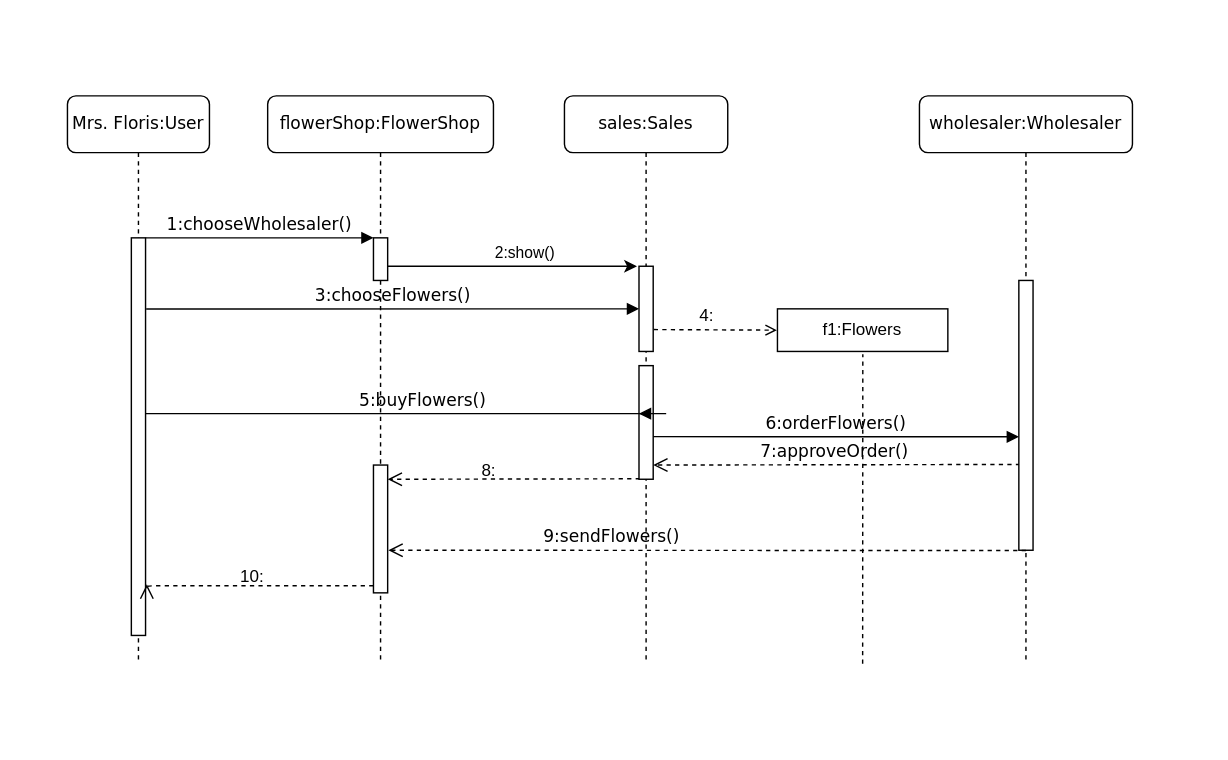
Earlier version of the draw.io diagram src/main/asciidoc/models/analysis/sequencediagram101.drawio (mrEkso/Flower-Shop-Management-System). Source tidied: cells renumbered, new cells numbered last; positions are measured from the earlier drawing's top-left corner, leaving out a move shared by most shapes. Both pictures are drawn from the tidied source at 142%, with x=0, y=0 at pixel (67, 95).
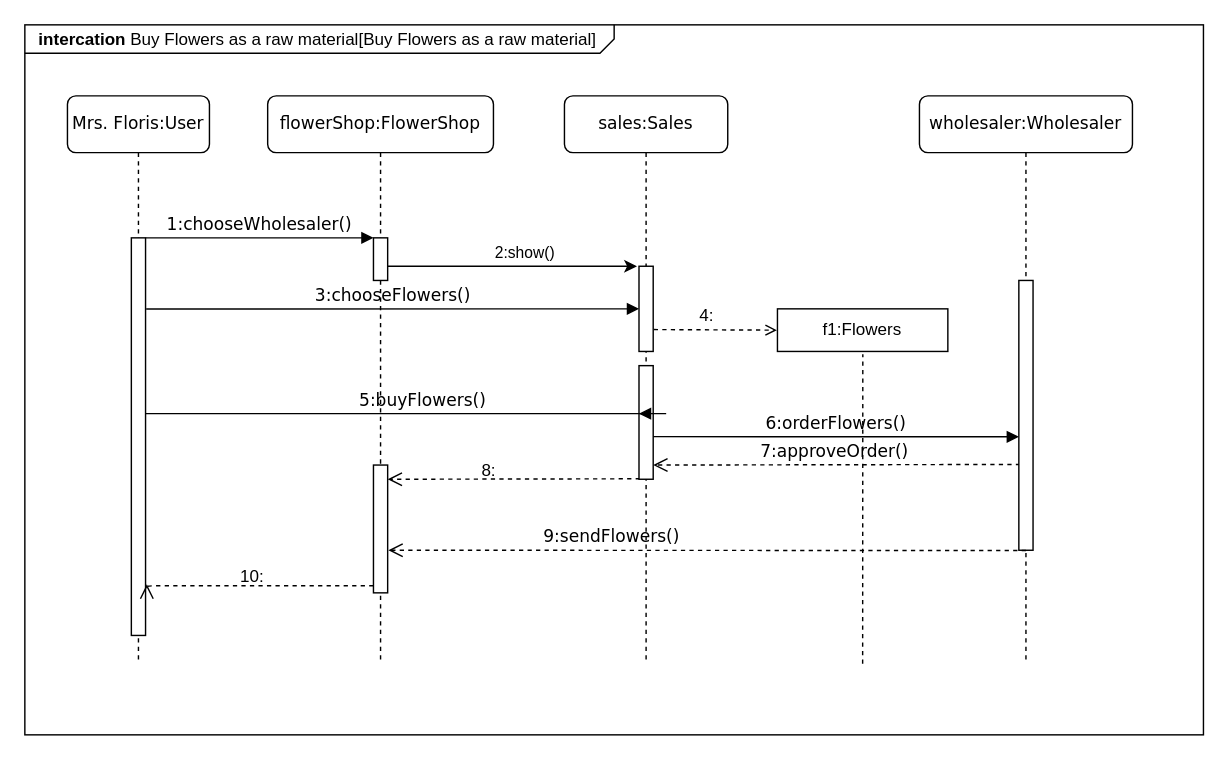
Above is the later version.

The edit, as a diff of the source:
```diff
@@
+    <mxCell id="28" value="&lt;p style=&quot;margin:0px;margin-top:4px;margin-left:10px;text-align:left;&quot;&gt;&lt;b&gt;intercation&lt;/b&gt; Buy Flowers as a raw material[Buy Flowers as a raw material]&lt;/p&gt;" style="html=1;shape=mxgraph.sysml.package;align=left;spacingLeft=5;verticalAlign=top;spacingTop=-3;labelX=415.38;html=1;overflow=fill;" parent="1" vertex="1">
+      <mxGeometry x="-30" y="-50" width="830" height="500" as="geometry" />
+    </mxCell>
```
